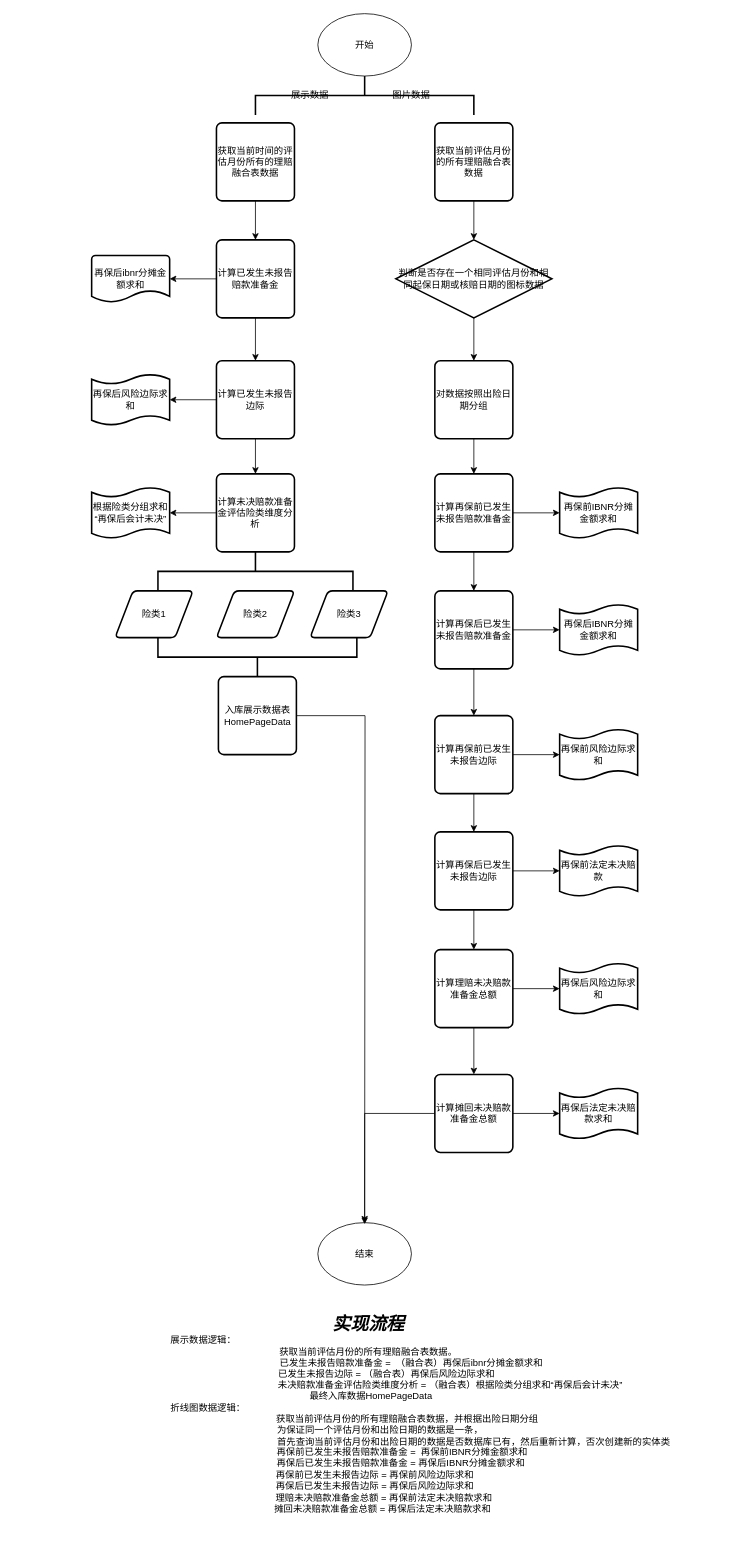
The draw.io diagram 未命名绘图.drawio in zp17762835004/e-commerce, before the edit. Source tidied: cells renumbered, new cells numbered last; positions are measured from the earlier drawing's top-left corner, leaving out a move shared by most shapes. Both pictures are drawn from the tidied source at 78%, with x=0, y=0 at pixel (13, 13).
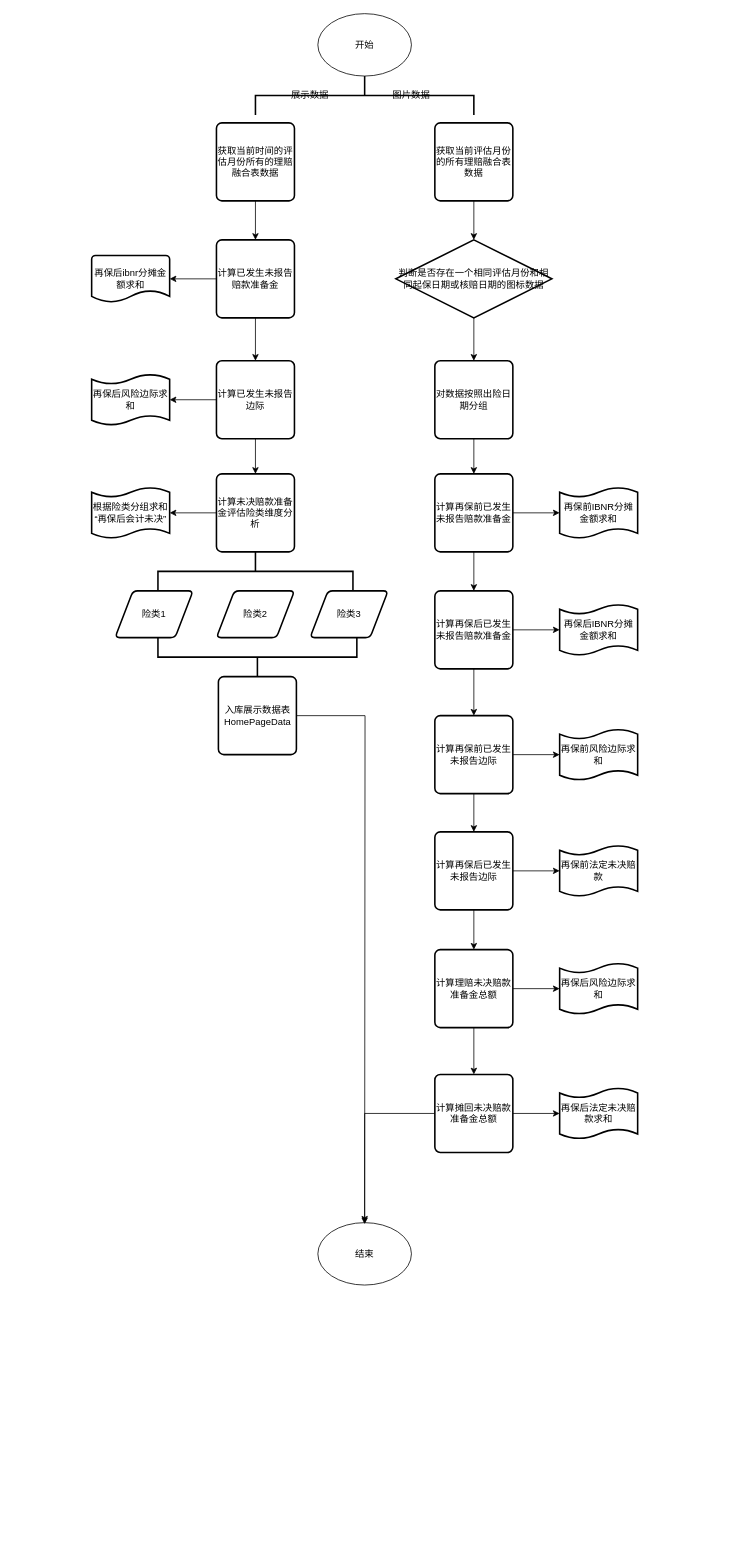
The same diagram, later.

Commit message:
更新未命名绘图.drawio

The edit, as a diff of the source:
```diff
@@
-    <mxCell id="50" value="&lt;b&gt;&lt;i&gt;&lt;font style=&quot;font-size: 23px;&quot;&gt;实现流程&lt;/font&gt;&lt;/i&gt;&lt;/b&gt;&lt;br&gt;&lt;div style=&quot;text-align: left;&quot;&gt;&lt;span style=&quot;background-color: initial;&quot;&gt;&amp;nbsp; &amp;nbsp; &amp;nbsp; &amp;nbsp; &amp;nbsp; &amp;nbsp; &amp;nbsp; &amp;nbsp; &amp;nbsp; &amp;nbsp; &amp;nbsp; &amp;nbsp; &amp;nbsp; &amp;nbsp; &amp;nbsp; &amp;nbsp; &amp;nbsp; &amp;nbsp; &amp;nbsp; &amp;nbsp; 展示数据逻辑：&lt;/span&gt;&lt;/div&gt;获取当前评估月份的所有理赔融合表数据。&lt;br&gt;&amp;nbsp; &amp;nbsp; &amp;nbsp; &amp;nbsp; &amp;nbsp; &amp;nbsp; &amp;nbsp; &amp;nbsp; &amp;nbsp; &amp;nbsp; &amp;nbsp; &amp;nbsp; &amp;nbsp; &amp;nbsp; &amp;nbsp; &amp;nbsp; &amp;nbsp;已发生未报告赔款准备金 =&amp;nbsp; （融合表）再保后ibnr分摊金额求和&lt;br&gt;&amp;nbsp; &amp;nbsp; &amp;nbsp; &amp;nbsp; &amp;nbsp; &amp;nbsp; &amp;nbsp; 已发生未报告边际 = （融合表）再保后风险边际求和&lt;br&gt;&amp;nbsp; &amp;nbsp; &amp;nbsp; &amp;nbsp; &amp;nbsp; &amp;nbsp; &amp;nbsp; &amp;nbsp; &amp;nbsp; &amp;nbsp; &amp;nbsp; &amp;nbsp; &amp;nbsp; &amp;nbsp; &amp;nbsp; &amp;nbsp; &amp;nbsp; &amp;nbsp; &amp;nbsp; &amp;nbsp; &amp;nbsp; &amp;nbsp; &amp;nbsp; &amp;nbsp; &amp;nbsp; &amp;nbsp; &amp;nbsp; &amp;nbsp; &amp;nbsp; &amp;nbsp; &amp;nbsp; &amp;nbsp;未决赔款准备金评估险类维度分析 = （融合表）根据险类分组求和“再保后会计未决”&lt;br&gt;&amp;nbsp; 最终入库数据HomePageData&lt;br&gt;&lt;div style=&quot;text-align: left;&quot;&gt;&lt;span style=&quot;background-color: initial;&quot;&gt;&amp;nbsp; &amp;nbsp; &amp;nbsp; &amp;nbsp; &amp;nbsp; &amp;nbsp; &amp;nbsp; &amp;nbsp; &amp;nbsp; &amp;nbsp; &amp;nbsp; &amp;nbsp; &amp;nbsp; &amp;nbsp; &amp;nbsp; &amp;nbsp; &amp;nbsp; &amp;nbsp; &amp;nbsp; &amp;nbsp; 折线图数据逻辑：&lt;/span&gt;&lt;/div&gt;&lt;div style=&quot;&quot;&gt;&lt;span style=&quot;background-color: initial;&quot;&gt;&amp;nbsp; &amp;nbsp; &amp;nbsp; &amp;nbsp; &amp;nbsp; &amp;nbsp; &amp;nbsp; &amp;nbsp; &amp;nbsp; &amp;nbsp; &amp;nbsp; &amp;nbsp; &amp;nbsp; &amp;nbsp; &amp;nbsp; 获取当前评估月份的所有理赔融合表数据，并根据出险日期分组&lt;/span&gt;&lt;/div&gt;&lt;div style=&quot;&quot;&gt;&amp;nbsp; &amp;nbsp; &amp;nbsp; &amp;nbsp; &amp;nbsp;为保证同一个评估月份和出险日期的数据是一条，&lt;/div&gt;&lt;div style=&quot;&quot;&gt;&amp;nbsp; &amp;nbsp; &amp;nbsp; &amp;nbsp; &amp;nbsp; &amp;nbsp; &amp;nbsp; &amp;nbsp; &amp;nbsp; &amp;nbsp; &amp;nbsp; &amp;nbsp; &amp;nbsp; &amp;nbsp; &amp;nbsp; &amp;nbsp; &amp;nbsp; &amp;nbsp; &amp;nbsp; &amp;nbsp; &amp;nbsp; &amp;nbsp; &amp;nbsp; &amp;nbsp; &amp;nbsp; &amp;nbsp; &amp;nbsp; &amp;nbsp; &amp;nbsp; &amp;nbsp; &amp;nbsp; &amp;nbsp; &amp;nbsp; &amp;nbsp; &amp;nbsp; &amp;nbsp; &amp;nbsp; &amp;nbsp; &amp;nbsp; &amp;nbsp; &amp;nbsp;首先查询当前评估月份和出险日期的数据是否数据库已有，然后重新计算，否次创建新的实体类&lt;/div&gt;&lt;div style=&quot;&quot;&gt;&amp;nbsp; &amp;nbsp; &amp;nbsp; &amp;nbsp; &amp;nbsp; &amp;nbsp; &amp;nbsp; &amp;nbsp; &amp;nbsp; &amp;nbsp; &amp;nbsp; &amp;nbsp; &amp;nbsp; 再保前已发生未报告赔款准备金 =&amp;nbsp; 再保前IBNR分摊金额求和&lt;/div&gt;&lt;div style=&quot;&quot;&gt;&amp;nbsp; &amp;nbsp; &amp;nbsp; &amp;nbsp; &amp;nbsp; &amp;nbsp; &amp;nbsp; &amp;nbsp; &amp;nbsp; &amp;nbsp; &amp;nbsp; &amp;nbsp; &amp;nbsp;再保后已发生未报告赔款准备金 = 再保后IBNR分摊金额求和&lt;/div&gt;&lt;div style=&quot;&quot;&gt;&amp;nbsp; &amp;nbsp; &amp;nbsp;再保前已发生未报告边际 = 再保前风险边际求和&lt;/div&gt;&lt;div style=&quot;&quot;&gt;&amp;nbsp; &amp;nbsp; &amp;nbsp;再保后已发生未报告边际 = 再保后风险边际求和&lt;/div&gt;&lt;div style=&quot;&quot;&gt;&amp;nbsp; &amp;nbsp; &amp;nbsp; &amp;nbsp; &amp;nbsp; &amp;nbsp; 理赔未决赔款准备金总额 = 再保前法定未决赔款求和&lt;/div&gt;&lt;div style=&quot;&quot;&gt;&amp;nbsp; &amp;nbsp; &amp;nbsp; &amp;nbsp; &amp;nbsp; &amp;nbsp;摊回未决赔款准备金总额 = 再保后法定未决赔款求和&lt;/div&gt;" style="text;strokeColor=none;align=center;fillColor=none;html=1;verticalAlign=middle;whiteSpace=wrap;rounded=0;" parent="1" vertex="1">
-      <mxGeometry y="1630" width="910" height="330" as="geometry" />
-    </mxCell>
```
